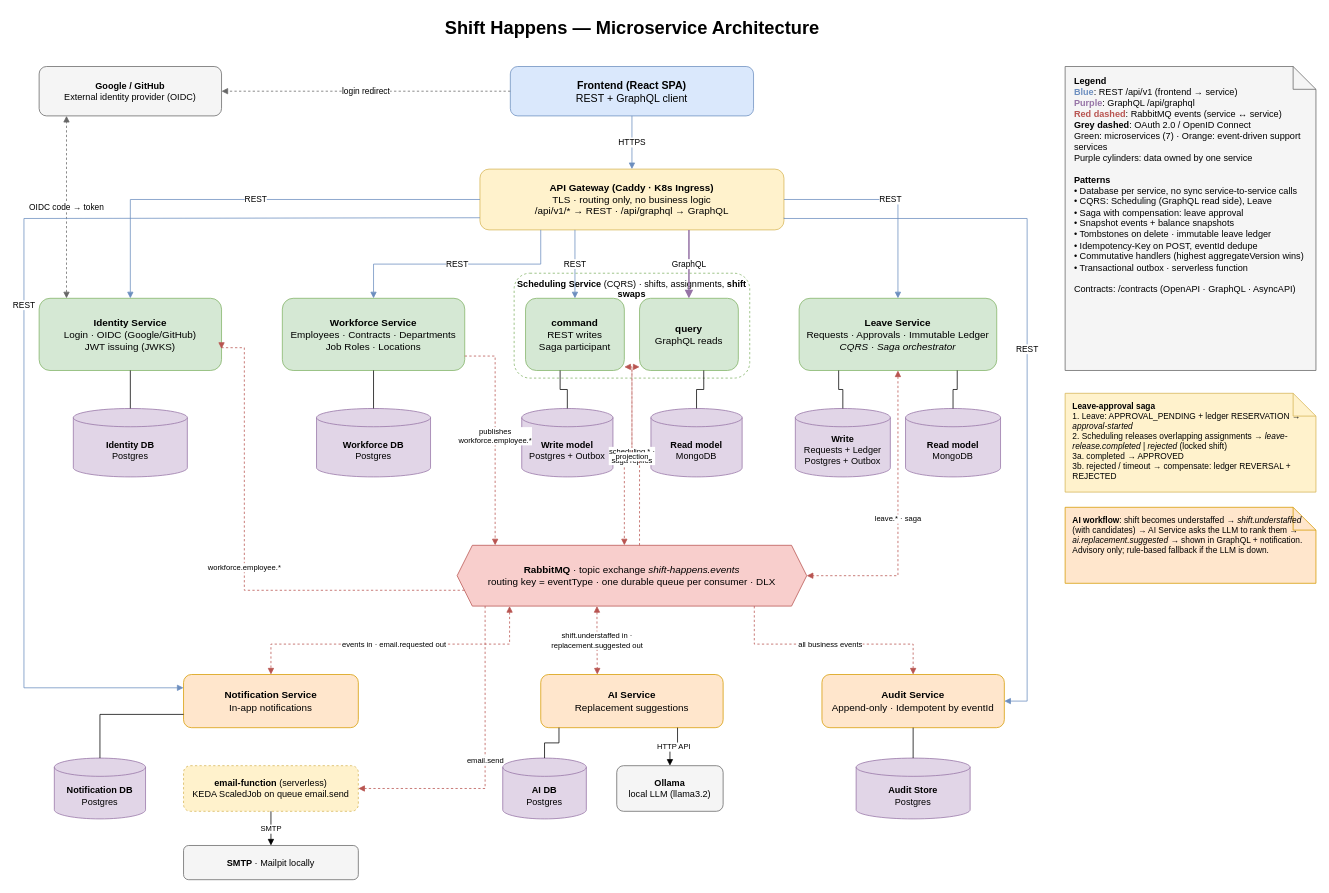
Earlier version of the draw.io diagram docs/shift-happens-high-level-architecture.drawio (microservices-happens/shift-happens). Source tidied: cells renumbered, new cells numbered last; positions are measured from the earlier drawing's top-left corner, leaving out a move shared by most shapes. Both pictures are drawn from the tidied source at 76%, with x=0, y=0 at pixel (24, 13).
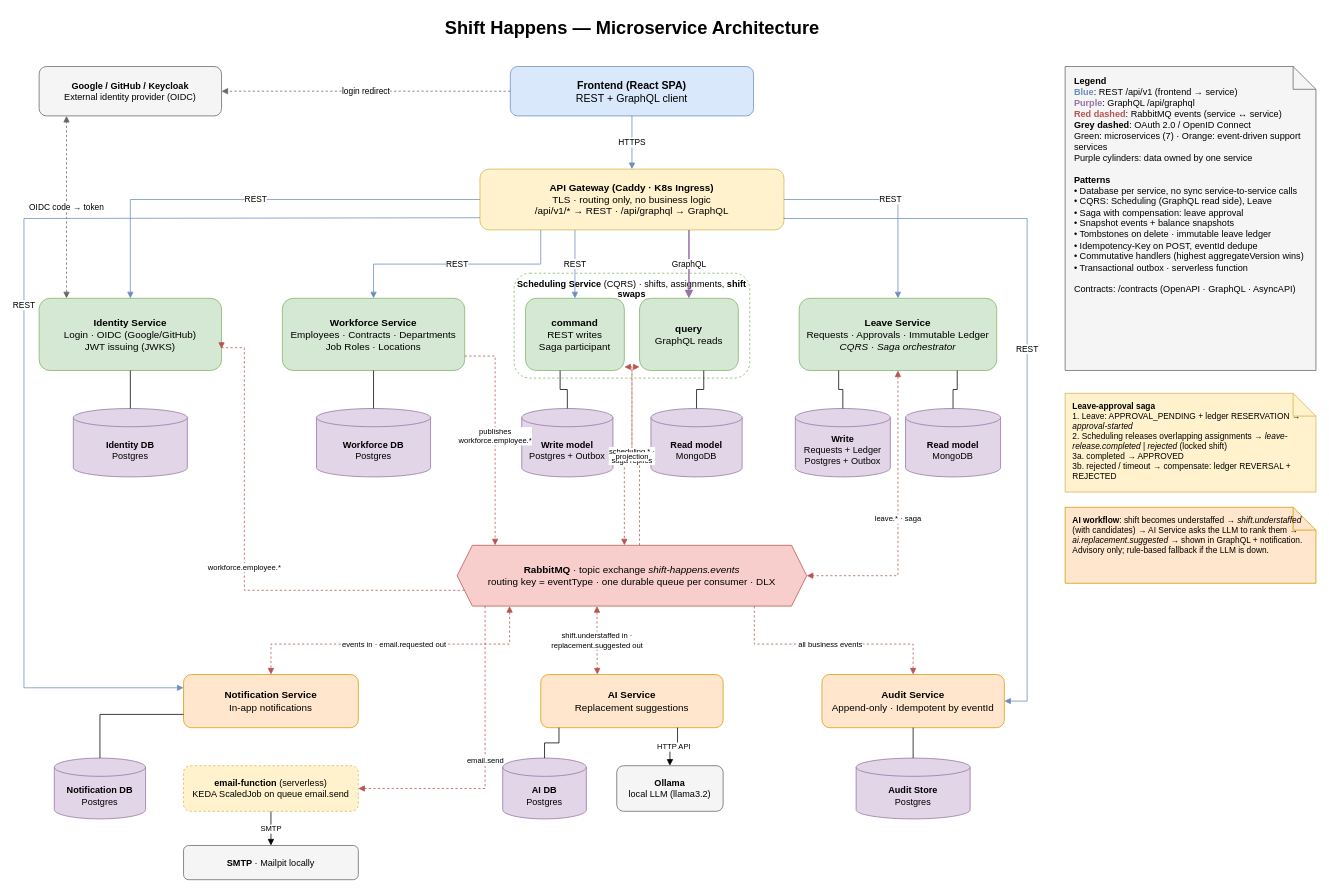
The same diagram, later.

The edit, as a diff of the source:
```diff
@@
-    <mxCell id="4" value="&lt;b&gt;Google / GitHub&lt;/b&gt;&lt;br&gt;External identity provider (OIDC)" style="rounded=1;whiteSpace=wrap;html=1;fillColor=#f5f5f5;strokeColor=#666666;fontSize=12;" parent="1" vertex="1">
+    <mxCell id="4" value="&lt;b&gt;Google / GitHub / Keycloak&lt;/b&gt;&lt;br&gt;External identity provider (OIDC)" style="rounded=1;whiteSpace=wrap;html=1;fillColor=#f5f5f5;strokeColor=#666666;fontSize=12;" parent="1" vertex="1">
       <mxGeometry x="20" y="70" width="240" height="65" as="geometry" />
     </mxCell>
```
